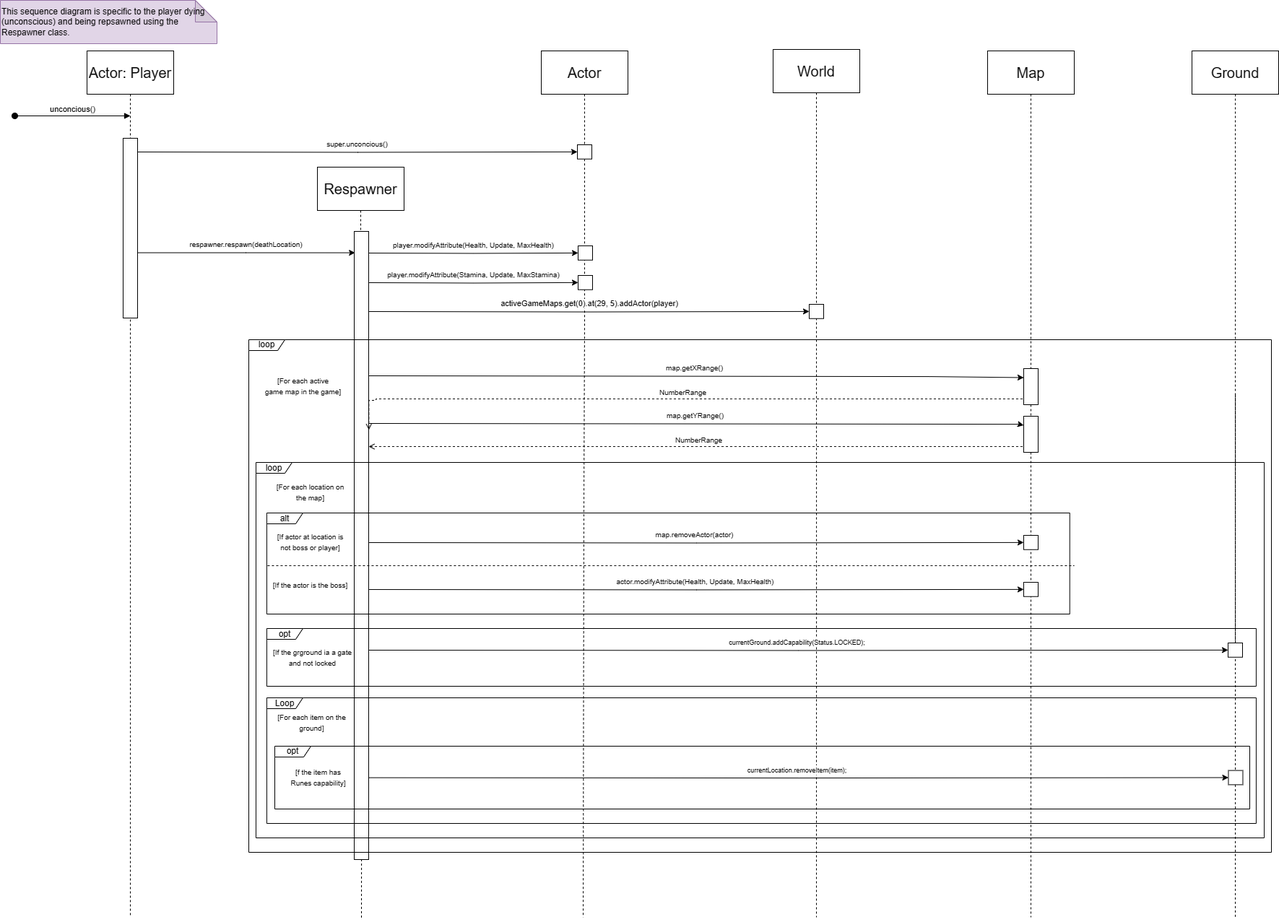
dboo0012/Designborne keeps this draw.io diagram as docs/design/Assignment 3/Sequence Diagram/REQ_5 SEQ.png. Above is the earlier version. Source tidied: cells renumbered, new cells last; positions are measured from the earlier drawing's top-left corner, leaving out a move shared by most shapes.
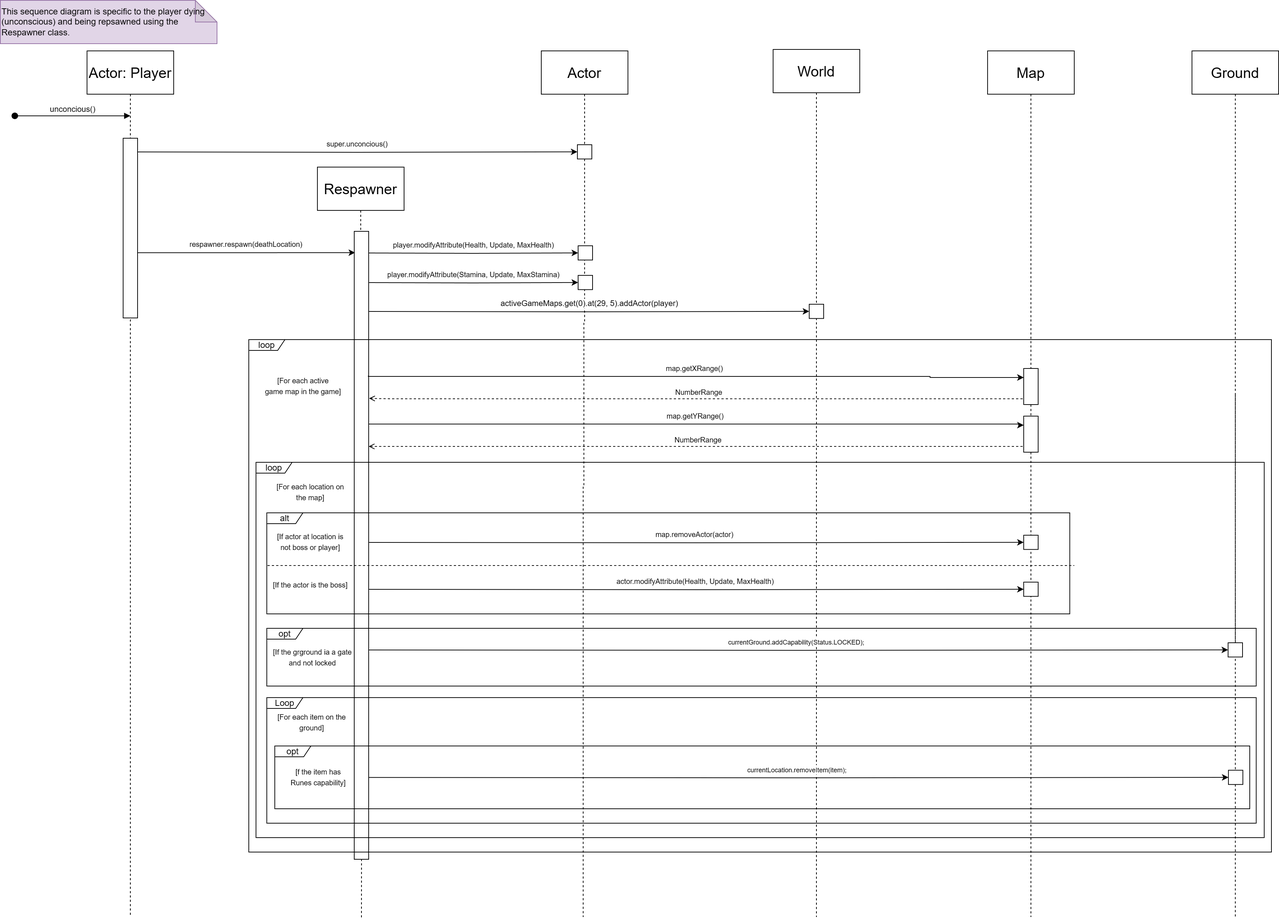
The same diagram one commit later.

Commit message:
(REQ5) Update Sequence Diagram

What changed in the source:
```diff
@@ -241,12 +241,12 @@
     <mxCell id="62" style="group;" parent="1" vertex="1">
       <mxGeometry x="190" y="330" width="310" height="19.8" as="geometry" />
     </mxCell>
-    <mxCell id="63" style="edgeStyle=orthogonalEdgeStyle;rounded=0;jettySize=auto;html=1;dashed=1;endArrow=open;endFill=0;exitX=0;exitY=0.75;exitDx=0;exitDy=0;entryX=1.013;entryY=0.316;entryDx=0;entryDy=0;entryPerimeter=0;" parent="1" edge="1" source="59" target="14">
+    <mxCell id="63" style="edgeStyle=orthogonalEdgeStyle;rounded=0;jettySize=auto;html=1;dashed=1;endArrow=open;endFill=0;exitX=0;exitY=0.75;exitDx=0;exitDy=0;entryX=1.03;entryY=0.266;entryDx=0;entryDy=0;entryPerimeter=0;" parent="1" edge="1" source="59" target="14">
       <mxGeometry relative="1" as="geometry">
         <Array as="points">
           <mxPoint x="1417" y="552" />
-          <mxPoint x="520" y="552" />
-          <mxPoint x="520" y="554" />
+          <mxPoint x="540" y="552" />
+          <mxPoint x="520" y="551" />
         </Array>
       </mxGeometry>
     </mxCell>
```
